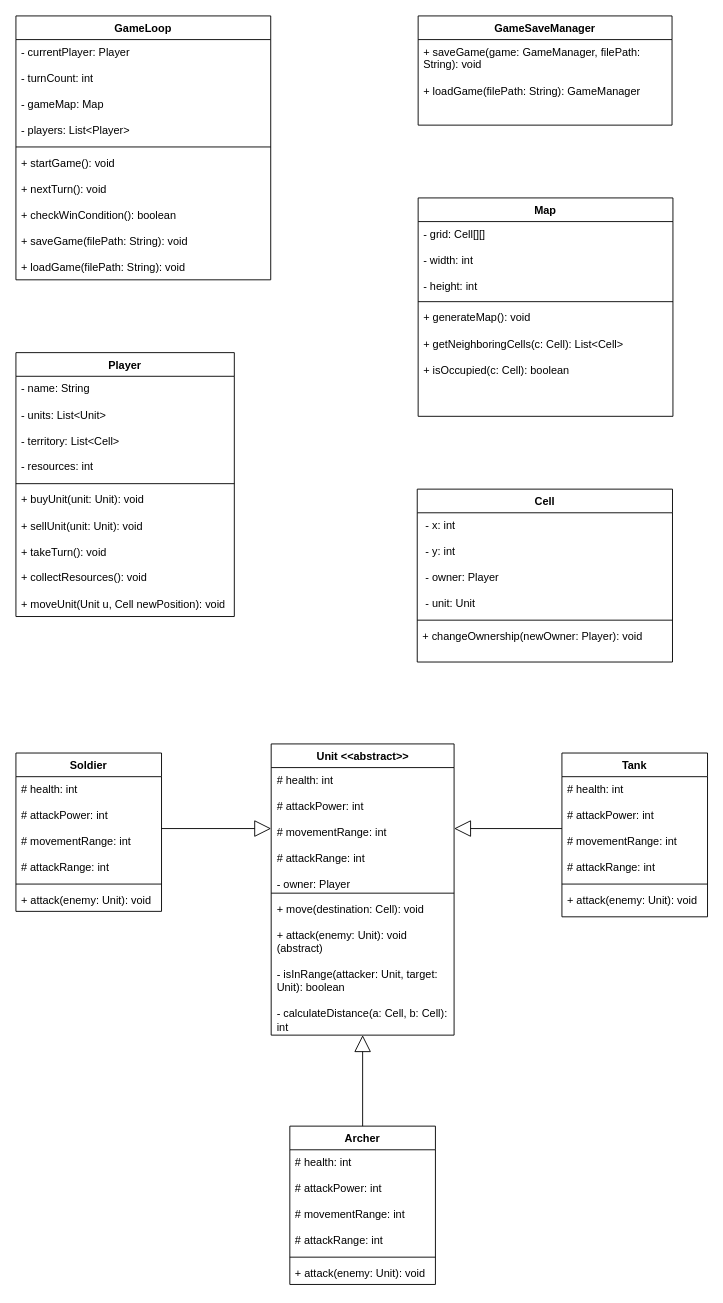
Tigran69/Project keeps this draw.io diagram as Strategy Game.drawio. Above is the earlier version. Source tidied: cells renumbered, new cells numbered last; positions are measured from the earlier drawing's top-left corner, leaving out a move shared by most shapes. Both pictures are drawn from the tidied source at 91%, with x=0, y=0 at pixel (15, 15).
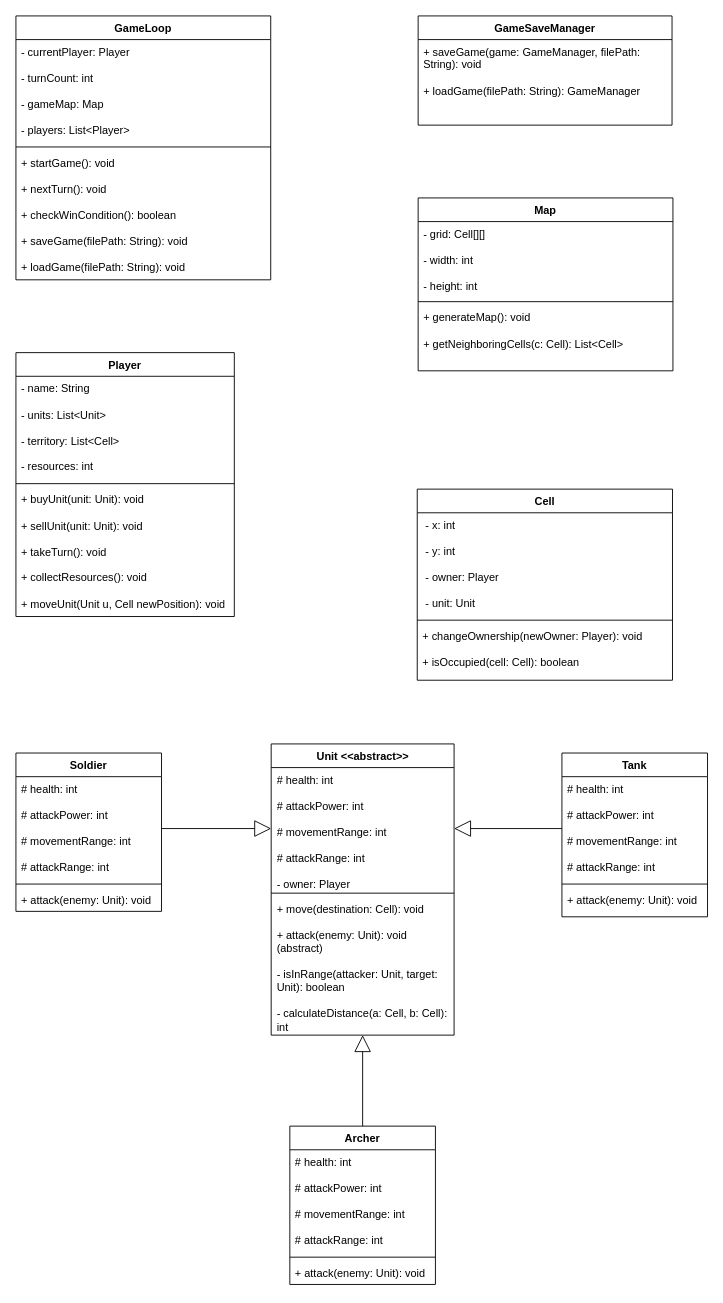
The same page after the edit.

What changed in the source:
```diff
@@
     <mxCell id="25" value="Map" style="swimlane;fontStyle=1;align=center;verticalAlign=top;horizontal=1;startSize=26;whiteSpace=wrap;html=1;" parent="1" vertex="1">
-      <mxGeometry x="442" y="200" width="280" height="240" as="geometry" />
+      <mxGeometry x="442" y="200" width="280" height="190" as="geometry" />
     </mxCell>
@@
-    <mxCell id="28" value="&lt;div&gt;+ generateMap(): void &lt;br&gt;&lt;/div&gt;&lt;div&gt;&lt;br&gt;&lt;/div&gt;&lt;div&gt;+ getNeighboringCells(c: Cell): List&amp;lt;Cell&amp;gt; &lt;br&gt;&lt;/div&gt;&lt;div&gt;&lt;br&gt;&lt;/div&gt;+ isOccupied(c: Cell): boolean " style="text;strokeColor=none;fillColor=none;align=left;verticalAlign=top;spacingLeft=4;spacingRight=4;overflow=hidden;whiteSpace=wrap;html=1;" parent="25" vertex="1">
-      <mxGeometry y="118" width="280" height="122" as="geometry" />
+    <mxCell id="28" value="&lt;div&gt;+ generateMap(): void &lt;br&gt;&lt;/div&gt;&lt;div&gt;&lt;br&gt;&lt;/div&gt;&lt;div&gt;+ getNeighboringCells(c: Cell): List&amp;lt;Cell&amp;gt; &lt;br&gt;&lt;/div&gt;&lt;div&gt;&lt;br&gt;&lt;/div&gt;" style="text;strokeColor=none;fillColor=none;align=left;verticalAlign=top;spacingLeft=4;spacingRight=4;overflow=hidden;whiteSpace=wrap;html=1;" parent="25" vertex="1">
+      <mxGeometry y="118" width="280" height="72" as="geometry" />
     </mxCell>
     <mxCell id="29" value="Cell" style="swimlane;fontStyle=1;align=center;verticalAlign=top;horizontal=1;startSize=26;whiteSpace=wrap;html=1;" parent="1" vertex="1">
-      <mxGeometry x="441" y="520" width="280.5" height="190" as="geometry" />
+      <mxGeometry x="441" y="520" width="280.5" height="210" as="geometry" />
     </mxCell>
-    <mxCell id="30" value="&lt;div&gt;&amp;nbsp;- x: int&amp;nbsp;&amp;nbsp;&amp;nbsp;&amp;nbsp;&amp;nbsp;&amp;nbsp;&amp;nbsp;&amp;nbsp;&amp;nbsp;&amp;nbsp;&amp;nbsp; &lt;br&gt;&lt;/div&gt;&lt;div&gt;&lt;br&gt;&lt;/div&gt;&lt;div&gt;&amp;nbsp;- y: int&amp;nbsp;&amp;nbsp;&amp;nbsp;&amp;nbsp;&amp;nbsp;&amp;nbsp;&amp;nbsp;&amp;nbsp;&amp;nbsp;&amp;nbsp;&amp;nbsp; &lt;br&gt;&lt;/div&gt;&lt;div&gt;&lt;br&gt;&lt;/div&gt;&lt;div&gt;&amp;nbsp;- owner: Player&amp;nbsp; &lt;/div&gt;&lt;br&gt;&amp;nbsp;- unit: Unit " style="text;strokeColor=none;fillColor=none;align=left;verticalAlign=top;spacingLeft=4;spacingRight=4;overflow=hidden;whiteSpace=wrap;html=1;" parent="29" vertex="1">
+    <mxCell id="30" value="&lt;div&gt;&amp;nbsp;- x: int&amp;nbsp;&amp;nbsp;&amp;nbsp;&amp;nbsp;&amp;nbsp;&amp;nbsp;&amp;nbsp;&amp;nbsp;&amp;nbsp;&amp;nbsp;&amp;nbsp; &lt;br&gt;&lt;/div&gt;&lt;div&gt;&lt;br&gt;&lt;/div&gt;&lt;div&gt;&amp;nbsp;- y: int&amp;nbsp;&amp;nbsp;&amp;nbsp;&amp;nbsp;&amp;nbsp;&amp;nbsp;&amp;nbsp;&amp;nbsp;&amp;nbsp;&amp;nbsp;&amp;nbsp; &lt;br&gt;&lt;/div&gt;&lt;div&gt;&lt;br&gt;&lt;/div&gt;&lt;div&gt;&amp;nbsp;- owner: Player&amp;nbsp; &lt;/div&gt;&lt;br&gt;&lt;div&gt;&amp;nbsp;- unit: Unit &lt;br&gt;&lt;/div&gt;" style="text;strokeColor=none;fillColor=none;align=left;verticalAlign=top;spacingLeft=4;spacingRight=4;overflow=hidden;whiteSpace=wrap;html=1;" parent="29" vertex="1">
       <mxGeometry y="26" width="280.5" height="114" as="geometry" />
     </mxCell>
@@
-    <mxCell id="32" value="+ changeOwnership(newOwner: Player): void" style="text;strokeColor=none;fillColor=none;align=left;verticalAlign=top;spacingLeft=4;spacingRight=4;overflow=hidden;whiteSpace=wrap;html=1;" parent="29" vertex="1">
-      <mxGeometry y="148" width="280.5" height="42" as="geometry" />
+    <mxCell id="32" value="&lt;div&gt;+ changeOwnership(newOwner: Player): void&lt;/div&gt;&lt;div&gt;&lt;br&gt;&lt;/div&gt;&lt;div&gt;+ isOccupied(cell: Cell): boolean&lt;/div&gt;" style="text;strokeColor=none;fillColor=none;align=left;verticalAlign=top;spacingLeft=4;spacingRight=4;overflow=hidden;whiteSpace=wrap;html=1;" parent="29" vertex="1">
+      <mxGeometry y="148" width="280.5" height="62" as="geometry" />
     </mxCell>
```
